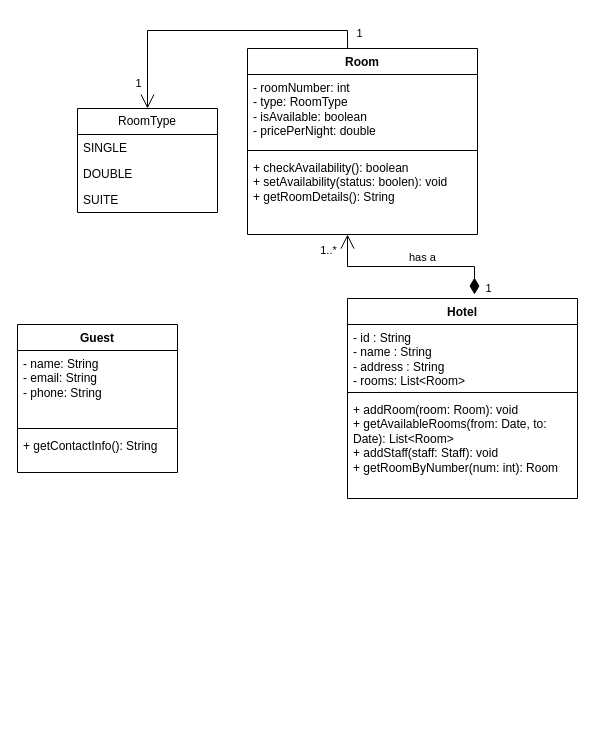
This is Diagramme/LLD Hotel Management.drawio from Janardhan-Waghchaure/LLD_HotelManagement, a draw.io file, before an edit. Source tidied: cells renumbered, new cells numbered last; positions are measured from the earlier drawing's top-left corner, leaving out a move shared by most shapes. Both pictures are drawn from the tidied source at 100%, with x=0, y=0 at pixel (17, 30).
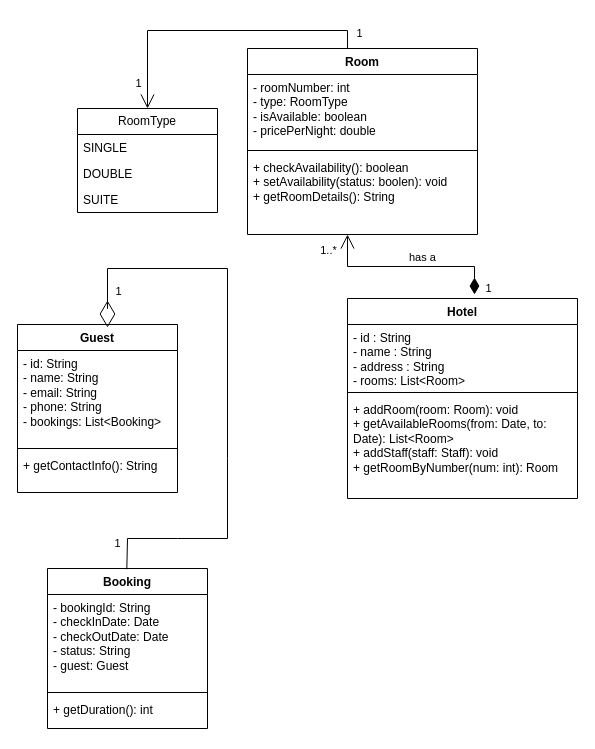
After the change.

Commit message:
added guest and booking with their relation

Diff of the diagram source:
```diff
@@
     <mxCell id="20" value="Guest" style="swimlane;fontStyle=1;align=center;verticalAlign=top;horizontal=1;startSize=26;whiteSpace=wrap;html=1;" parent="1" vertex="1">
-      <mxGeometry y="294" width="160" height="148" as="geometry" />
+      <mxGeometry y="294" width="160" height="168" as="geometry" />
     </mxCell>
-    <mxCell id="21" value="- name: String&amp;nbsp;&lt;div&gt;- email: String&amp;nbsp;&lt;/div&gt;&lt;div&gt;- phone: String&lt;/div&gt;" style="text;strokeColor=none;fillColor=none;align=left;verticalAlign=top;spacingLeft=4;spacingRight=4;overflow=hidden;whiteSpace=wrap;html=1;" parent="20" vertex="1">
-      <mxGeometry y="26" width="160" height="74" as="geometry" />
+    <mxCell id="21" value="&lt;div&gt;- id: String&lt;/div&gt;- name: String&amp;nbsp;&lt;div&gt;- email: String&amp;nbsp;&lt;/div&gt;&lt;div&gt;- phone: String&lt;/div&gt;&lt;div&gt;- bookings: List&amp;lt;Booking&amp;gt;&lt;/div&gt;" style="text;strokeColor=none;fillColor=none;align=left;verticalAlign=top;spacingLeft=4;spacingRight=4;overflow=hidden;whiteSpace=wrap;html=1;" parent="20" vertex="1">
+      <mxGeometry y="26" width="160" height="94" as="geometry" />
     </mxCell>
     <mxCell id="22" style="line;strokeWidth=1;fillColor=none;align=left;verticalAlign=middle;spacingTop=-1;spacingLeft=3;spacingRight=3;labelPosition=right;strokeColor=inherit;" parent="20" vertex="1">
-      <mxGeometry y="100" width="160" height="8" as="geometry" />
+      <mxGeometry y="120" width="160" height="8" as="geometry" />
     </mxCell>
     <mxCell id="23" value="+ getContactInfo(): String" style="text;strokeColor=none;fillColor=none;align=left;verticalAlign=top;spacingLeft=4;spacingRight=4;overflow=hidden;whiteSpace=wrap;html=1;" parent="20" vertex="1">
-      <mxGeometry y="108" width="160" height="40" as="geometry" />
+      <mxGeometry y="128" width="160" height="40" as="geometry" />
     </mxCell>
+    <mxCell id="24" value="Booking" style="swimlane;fontStyle=1;align=center;verticalAlign=top;horizontal=1;startSize=26;whiteSpace=wrap;html=1;" parent="1" vertex="1">
+      <mxGeometry x="30" y="538" width="160" height="160" as="geometry" />
+    </mxCell>
+    <mxCell id="25" value="- bookingId: String&lt;div&gt;- checkInDate: Date&lt;/div&gt;&lt;div&gt;- checkOutDate: Date&lt;/div&gt;&lt;div&gt;- status: String&lt;/div&gt;&lt;div&gt;- guest: Guest&lt;/div&gt;" style="text;strokeColor=none;fillColor=none;align=left;verticalAlign=top;spacingLeft=4;spacingRight=4;overflow=hidden;whiteSpace=wrap;html=1;" parent="24" vertex="1">
+      <mxGeometry y="26" width="160" height="94" as="geometry" />
+    </mxCell>
+    <mxCell id="26" style="line;strokeWidth=1;fillColor=none;align=left;verticalAlign=middle;spacingTop=-1;spacingLeft=3;spacingRight=3;labelPosition=right;strokeColor=inherit;" parent="24" vertex="1">
+      <mxGeometry y="120" width="160" height="8" as="geometry" />
+    </mxCell>
+    <mxCell id="27" value="+ getDuration(): int" style="text;strokeColor=none;fillColor=none;align=left;verticalAlign=top;spacingLeft=4;spacingRight=4;overflow=hidden;whiteSpace=wrap;html=1;" parent="24" vertex="1">
+      <mxGeometry y="128" width="160" height="32" as="geometry" />
+    </mxCell>
+    <mxCell id="28" style="endArrow=diamondThin;endFill=0;endSize=24;html=1;rounded=0;entryX=0.567;entryY=0.013;entryDx=0;entryDy=0;entryPerimeter=0;exitX=0.5;exitY=0;exitDx=0;exitDy=0;" parent="1" edge="1">
+      <mxGeometry relative="1" as="geometry">
+        <mxPoint x="109.3" y="538.8" as="sourcePoint" />
+        <mxPoint x="90" y="297" as="targetPoint" />
+        <Array as="points">
+          <mxPoint x="110" y="508" />
+          <mxPoint x="160" y="508" />
+          <mxPoint x="210" y="508" />
+          <mxPoint x="210" y="428" />
+          <mxPoint x="210" y="238" />
+          <mxPoint x="90" y="238" />
+          <mxPoint x="90" y="278" />
+        </Array>
+      </mxGeometry>
+    </mxCell>
+    <mxCell id="29" value="1" style="edgeLabel;html=1;align=center;verticalAlign=middle;" parent="28" vertex="1">
+      <mxGeometry x="-0.91" relative="1" as="geometry">
+        <mxPoint x="-10" as="offset" />
+      </mxGeometry>
+    </mxCell>
+    <mxCell id="30" value="1" style="edgeLabel;html=1;align=center;verticalAlign=middle;" parent="28" vertex="1">
+      <mxGeometry x="0.93" y="2" relative="1" as="geometry">
+        <mxPoint x="8" y="-17" as="offset" />
+      </mxGeometry>
+    </mxCell>
```
